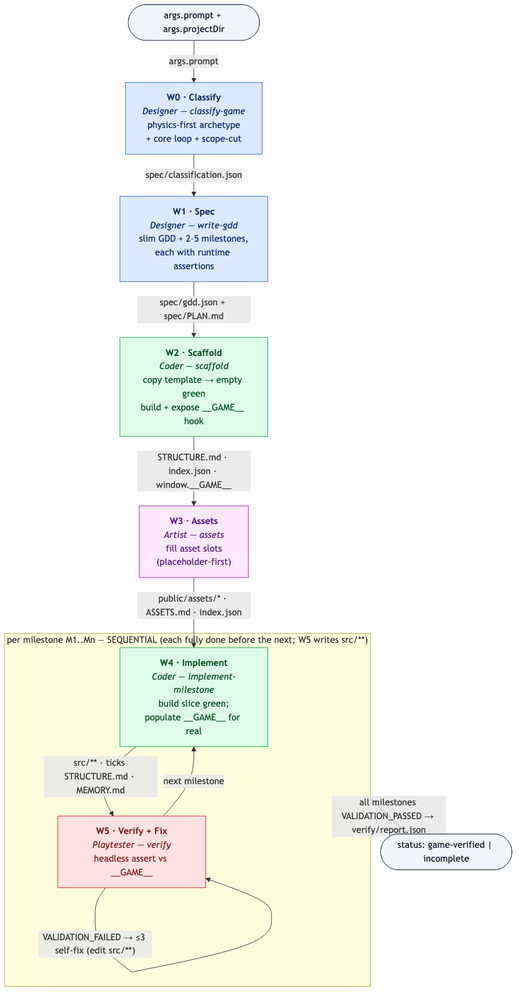
The Mermaid diagram docs/diagrams/pipeline.png in blueif16/clawd-game, before a commit. Its source is kept beside it as docs/diagrams/pipeline.mmd. The source it was exported from:
```mermaid
flowchart TD
  IN(["args.prompt + args.projectDir"]):::io

  W0["<b>W0 · Classify</b><br/><i>Designer — classify-game</i><br/>physics-first archetype<br/>+ core loop + scope-cut"]:::designer
  W1["<b>W1 · Spec</b><br/><i>Designer — write-gdd</i><br/>slim GDD + 2–5 milestones,<br/>each with runtime assertions"]:::designer
  W2["<b>W2 · Scaffold</b><br/><i>Coder — scaffold</i><br/>copy template → empty green<br/>build + expose __GAME__ hook"]:::coder
  W3["<b>W3 · Assets</b><br/><i>Artist — assets</i><br/>fill asset slots<br/>(placeholder-first)"]:::artist

  subgraph LOOP ["per milestone M1..Mn — SEQUENTIAL (each fully done before the next; W5 writes src/**)"]
    direction TB
    W4["<b>W4 · Implement</b><br/><i>Coder — implement-milestone</i><br/>build slice green;<br/>populate __GAME__ for real"]:::coder
    W5["<b>W5 · Verify + Fix</b><br/><i>Playtester — verify</i><br/>headless assert vs __GAME__"]:::tester
    W4 -->|"src/** · ticks STRUCTURE.md · MEMORY.md"| W5
    W5 -->|"VALIDATION_FAILED → ≤3 self-fix (edit src/**)"| W5
    W5 -->|"next milestone"| W4
  end

  OUT(["status: game-verified | incomplete"]):::io

  IN -->|"args.prompt"| W0
  W0 -->|"spec/classification.json"| W1
  W1 -->|"spec/gdd.json + spec/PLAN.md"| W2
  W2 -->|"STRUCTURE.md · index.json · window.__GAME__"| W3
  W3 -->|"public/assets/* · ASSETS.md · index.json"| W4
  LOOP ==>|"all milestones VALIDATION_PASSED → verify/report.json"| OUT

  classDef designer fill:#dbeafe,stroke:#2563eb,color:#0b2a66;
  classDef coder fill:#dcfce7,stroke:#16a34a,color:#064e1f;
  classDef artist fill:#fae8ff,stroke:#a21caf,color:#581c87;
  classDef tester fill:#fee2e2,stroke:#dc2626,color:#7f1d1d;
  classDef io fill:#f1f5f9,stroke:#475569,color:#0f172a;
```
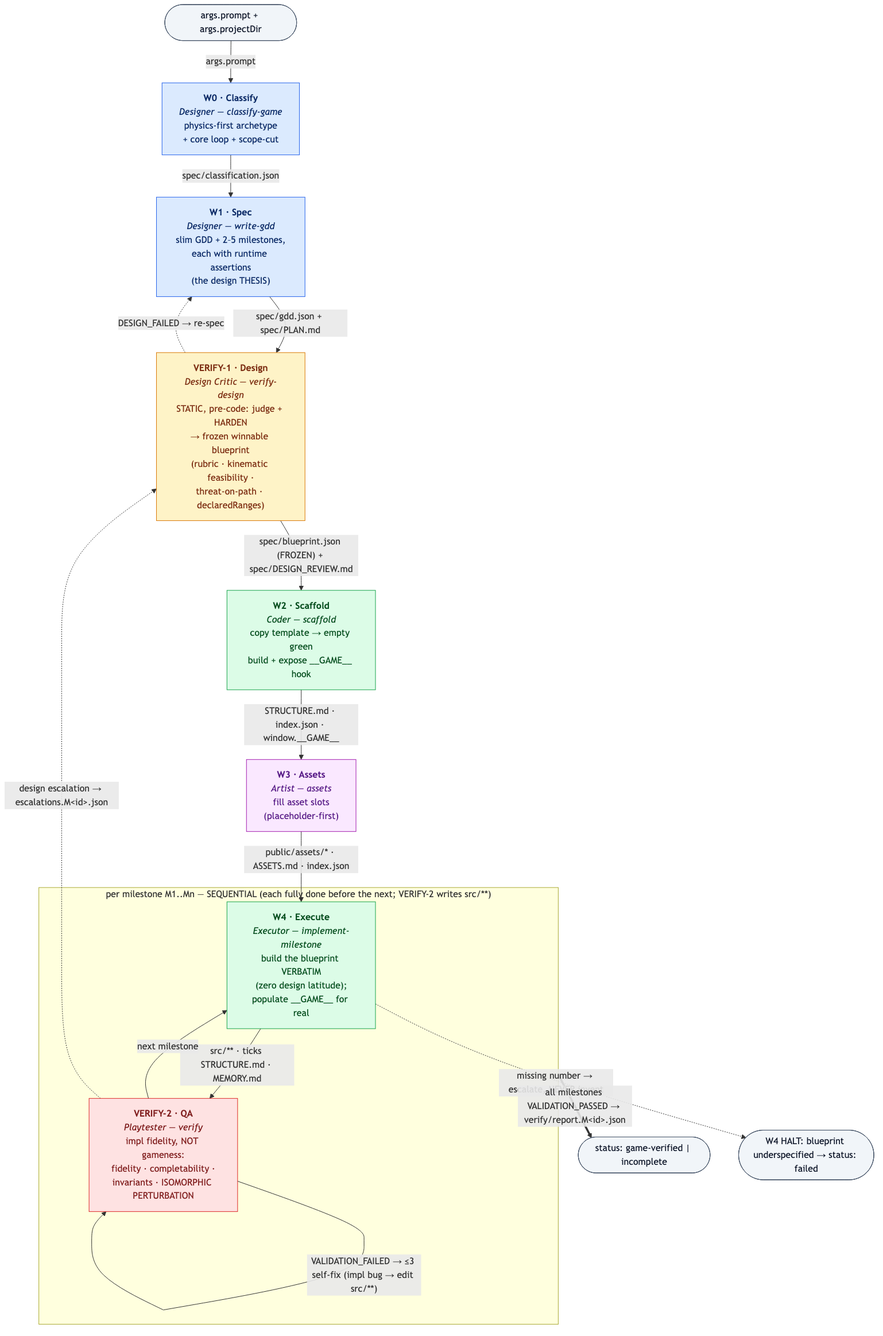
Above is the later version.

The edit, as a diff of the source:
```diff
@@ -2,29 +2,38 @@
   IN(["args.prompt + args.projectDir"]):::io
 
   W0["<b>W0 · Classify</b><br/><i>Designer — classify-game</i><br/>physics-first archetype<br/>+ core loop + scope-cut"]:::designer
-  W1["<b>W1 · Spec</b><br/><i>Designer — write-gdd</i><br/>slim GDD + 2–5 milestones,<br/>each with runtime assertions"]:::designer
+  W1["<b>W1 · Spec</b><br/><i>Designer — write-gdd</i><br/>slim GDD + 2–5 milestones,<br/>each with runtime assertions<br/>(the design THESIS)"]:::designer
+  V1["<b>VERIFY-1 · Design</b><br/><i>Design Critic — verify-design</i><br/>STATIC, pre-code: judge + HARDEN<br/>→ frozen winnable blueprint<br/>(rubric · kinematic feasibility ·<br/>threat-on-path · declaredRanges)"]:::critic
   W2["<b>W2 · Scaffold</b><br/><i>Coder — scaffold</i><br/>copy template → empty green<br/>build + expose __GAME__ hook"]:::coder
   W3["<b>W3 · Assets</b><br/><i>Artist — assets</i><br/>fill asset slots<br/>(placeholder-first)"]:::artist
 
-  subgraph LOOP ["per milestone M1..Mn — SEQUENTIAL (each fully done before the next; W5 writes src/**)"]
+  subgraph LOOP ["per milestone M1..Mn — SEQUENTIAL (each fully done before the next; VERIFY-2 writes src/**)"]
     direction TB
-    W4["<b>W4 · Implement</b><br/><i>Coder — implement-milestone</i><br/>build slice green;<br/>populate __GAME__ for real"]:::coder
-    W5["<b>W5 · Verify + Fix</b><br/><i>Playtester — verify</i><br/>headless assert vs __GAME__"]:::tester
-    W4 -->|"src/** · ticks STRUCTURE.md · MEMORY.md"| W5
-    W5 -->|"VALIDATION_FAILED → ≤3 self-fix (edit src/**)"| W5
-    W5 -->|"next milestone"| W4
+    W4["<b>W4 · Execute</b><br/><i>Executor — implement-milestone</i><br/>build the blueprint VERBATIM<br/>(zero design latitude);<br/>populate __GAME__ for real"]:::coder
+    V2["<b>VERIFY-2 · QA</b><br/><i>Playtester — verify</i><br/>impl fidelity, NOT gameness:<br/>fidelity · completability ·<br/>invariants · ISOMORPHIC PERTURBATION"]:::tester
+    W4 -->|"src/** · ticks STRUCTURE.md · MEMORY.md"| V2
+    V2 -->|"VALIDATION_FAILED → ≤3 self-fix (impl bug → edit src/**)"| V2
+    V2 -->|"next milestone"| W4
   end
 
   OUT(["status: game-verified | incomplete"]):::io
 
   IN -->|"args.prompt"| W0
   W0 -->|"spec/classification.json"| W1
-  W1 -->|"spec/gdd.json + spec/PLAN.md"| W2
+  W1 -->|"spec/gdd.json + spec/PLAN.md"| V1
+  V1 -->|"spec/blueprint.json (FROZEN) + spec/DESIGN_REVIEW.md"| W2
   W2 -->|"STRUCTURE.md · index.json · window.__GAME__"| W3
   W3 -->|"public/assets/* · ASSETS.md · index.json"| W4
-  LOOP ==>|"all milestones VALIDATION_PASSED → verify/report.json"| OUT
+  LOOP ==>|"all milestones VALIDATION_PASSED → verify/report.M&lt;id&gt;.json"| OUT
+
+  V1 -.->|"DESIGN_FAILED → re-spec"| W1
+  V2 -.->|"design escalation → escalations.M&lt;id&gt;.json"| V1
+
+  HALT(["W4 HALT: blueprint underspecified → status: failed"]):::io
+  W4 -.->|"missing number → escalate, NEVER invent"| HALT
 
   classDef designer fill:#dbeafe,stroke:#2563eb,color:#0b2a66;
+  classDef critic fill:#fef3c7,stroke:#d97706,color:#7c2d12;
   classDef coder fill:#dcfce7,stroke:#16a34a,color:#064e1f;
   classDef artist fill:#fae8ff,stroke:#a21caf,color:#581c87;
   classDef tester fill:#fee2e2,stroke:#dc2626,color:#7f1d1d;
```
